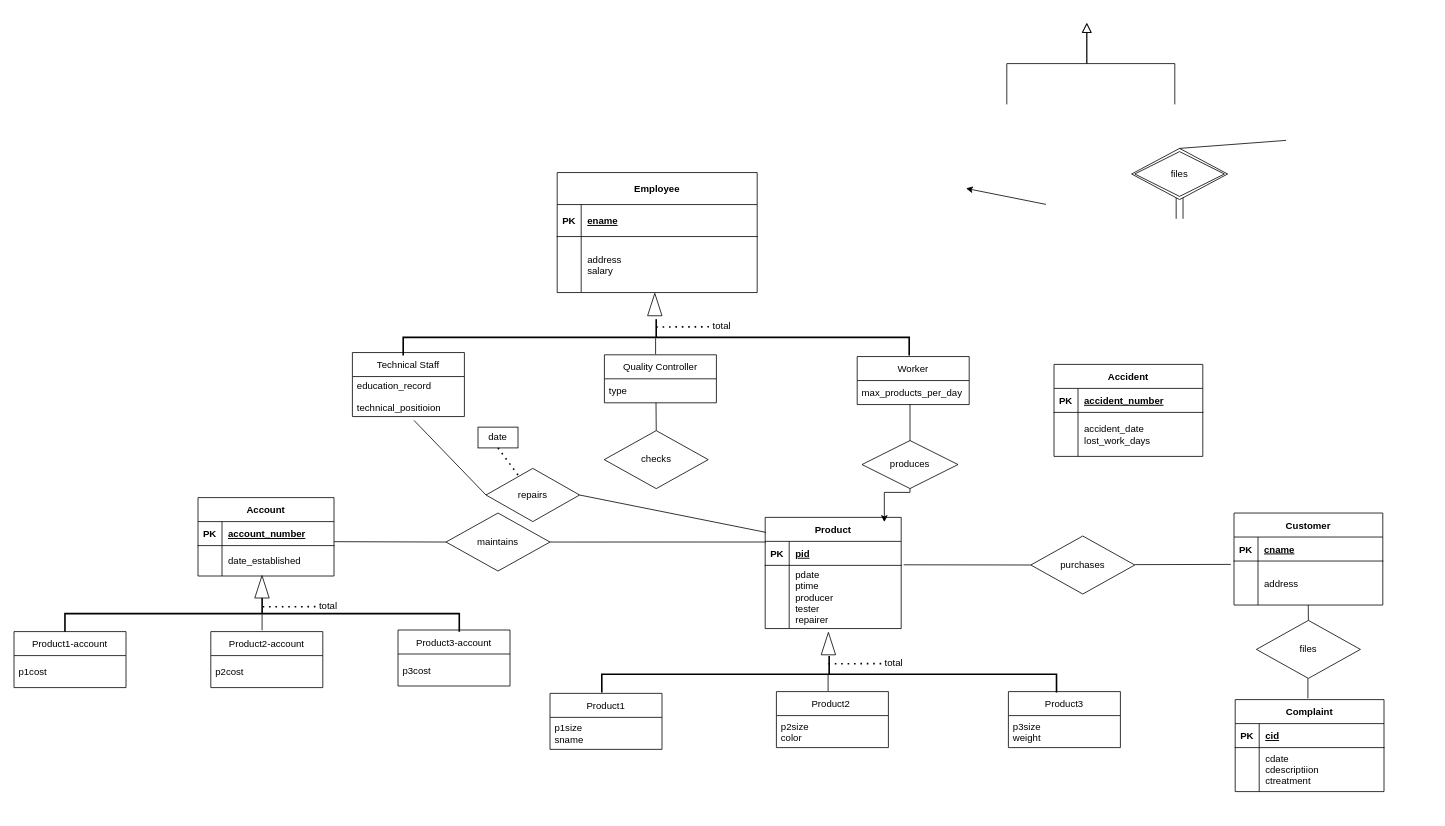
Before: Untitled Diagram.drawio in starrycode/ER-Diagrams, a draw.io diagram. Source tidied: cells renumbered, new cells numbered last; positions are measured from the earlier drawing's top-left corner, leaving out a move shared by most shapes. Both pictures are drawn from the tidied source at 80%, with x=0, y=0 at pixel (14, 22).
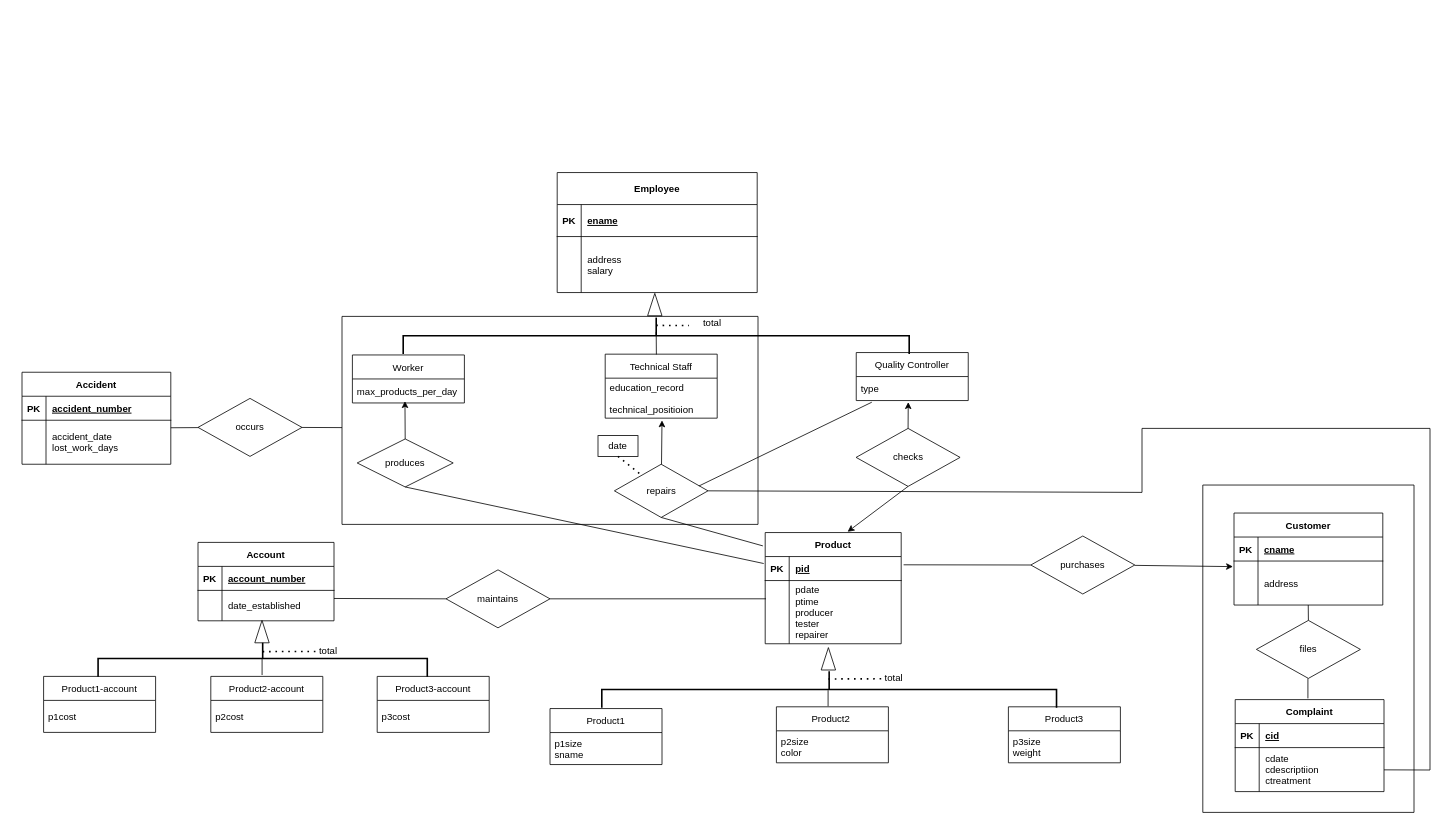
After the change.

Unchanged cells that the change refers to:
```xml
<mxCell id="5" style="shape=partialRectangle;fillColor=none;points=[[0,0.5],[1,0.5]];portConstraint=eastwest;top=0;left=0;right=0;bottom=1;" parent="4" vertex="1">
  <mxGeometry y="30" width="170" height="30" as="geometry" />
</mxCell>
<mxCell id="15" style="shape=partialRectangle;fillColor=none;points=[[0,0.5],[1,0.5]];portConstraint=eastwest;top=0;left=0;right=0;bottom=0;" parent="11" vertex="1">
  <mxGeometry y="60" width="186" height="55" as="geometry" />
</mxCell>
<mxCell id="28" value="type" style="text;strokeColor=none;fillColor=none;align=left;verticalAlign=middle;spacingLeft=4;spacingRight=4;overflow=hidden;points=[[0,0.5],[1,0.5]];portConstraint=eastwest;" parent="27" vertex="1">
  <mxGeometry y="30" width="140" height="30" as="geometry" />
</mxCell>
<mxCell id="81" style="shape=partialRectangle;fillColor=none;points=[[0,0.5],[1,0.5]];portConstraint=eastwest;top=0;left=0;right=0;bottom=0;" parent="77" vertex="1">
  <mxGeometry y="60" width="186" height="55" as="geometry" />
</mxCell>
```

The edit, as a diff of the source:
```diff
@@
-    <mxCell id="2" style="endArrow=block;endSize=10;endFill=0;shadow=0;strokeWidth=1;rounded=0;edgeStyle=elbowEdgeStyle;elbow=vertical;" parent="1" edge="1">
-      <mxGeometry relative="1" as="geometry">
-        <mxPoint x="1241" y="102" as="sourcePoint" />
-        <mxPoint x="1341" as="targetPoint" />
-      </mxGeometry>
-    </mxCell>
-    <mxCell id="3" style="endArrow=block;endSize=10;endFill=0;shadow=0;strokeWidth=1;rounded=0;edgeStyle=elbowEdgeStyle;elbow=vertical;" parent="1" edge="1">
-      <mxGeometry relative="1" as="geometry">
-        <mxPoint x="1451" y="102" as="sourcePoint" />
-        <mxPoint x="1341" as="targetPoint" />
-      </mxGeometry>
-    </mxCell>
     <mxCell id="4" value="Product" style="shape=table;startSize=30;childLayout=tableLayout;rowLines=0;fontStyle=1;align=center;" parent="1" vertex="1">
-      <mxGeometry x="939" y="618.2" width="170" height="139" as="geometry" />
+      <mxGeometry x="939" y="637.2" width="170" height="139" as="geometry" />
     </mxCell>
@@
     <mxCell id="25" value="Worker" style="swimlane;fontStyle=0;horizontal=1;startSize=30;" parent="1" vertex="1">
-      <mxGeometry x="1054" y="417.2" width="140" height="60" as="geometry" />
+      <mxGeometry x="423" y="415.2" width="140" height="60" as="geometry" />
     </mxCell>
@@
     <mxCell id="27" value="Quality Controller" style="swimlane;fontStyle=0;horizontal=1;startSize=30;" parent="1" vertex="1">
-      <mxGeometry x="738" y="415" width="140" height="60" as="geometry" />
+      <mxGeometry x="1052.8" y="412.2" width="140" height="60" as="geometry" />
     </mxCell>
@@
     <mxCell id="29" value="Technical Staff" style="swimlane;fontStyle=0;horizontal=1;startSize=30;" parent="1" vertex="1">
-      <mxGeometry x="423" y="412.2" width="140" height="80" as="geometry" />
+      <mxGeometry x="739" y="414.2" width="140" height="80" as="geometry" />
     </mxCell>
@@
     <mxCell id="32" style="strokeWidth=2;html=1;shape=mxgraph.flowchart.annotation_2;align=left;labelPosition=right;rotation=90;" parent="1" vertex="1">
-      <mxGeometry x="780" y="77" width="45.5" height="632.5" as="geometry" />
+      <mxGeometry x="780" y="75" width="45.5" height="632.5" as="geometry" />
     </mxCell>
-    <mxCell id="33" style="shape=link;html=1;rounded=0;width=8.571428571428573;" parent="1" edge="1">
-      <mxGeometry relative="1" as="geometry">
-        <mxPoint x="1457" y="215" as="sourcePoint" />
-        <mxPoint x="1457" y="245" as="targetPoint" />
-      </mxGeometry>
-    </mxCell>
-    <mxCell id="34" value="files" style="shape=rhombus;double=1;perimeter=rhombusPerimeter;whiteSpace=wrap;html=1;align=center;" parent="1" vertex="1">
-      <mxGeometry x="1397" y="157" width="120" height="64" as="geometry" />
-    </mxCell>
-    <mxCell id="35" style="edgeStyle=orthogonalEdgeStyle;rounded=0;jettySize=auto;html=1;exitX=0.5;exitY=1;exitDx=0;exitDy=0;entryX=0.876;entryY=0.042;entryDx=0;entryDy=0;entryPerimeter=0;" parent="1" edge="1" source="36" target="4">
-      <mxGeometry relative="1" as="geometry">
-        <Array as="points">
-          <mxPoint x="1120" y="587" />
-          <mxPoint x="1088" y="587" />
-        </Array>
-      </mxGeometry>
-    </mxCell>
     <mxCell id="36" value="produces" style="shape=rhombus;perimeter=rhombusPerimeter;whiteSpace=wrap;html=1;align=center;" parent="1" vertex="1">
-      <mxGeometry x="1060" y="522.2" width="120" height="60" as="geometry" />
+      <mxGeometry x="429" y="520.2" width="120" height="60" as="geometry" />
     </mxCell>
-    <mxCell id="37" style="endArrow=none;html=1;rounded=0;exitX=0.5;exitY=0;exitDx=0;exitDy=0;" parent="1" edge="1" source="36">
-      <mxGeometry relative="1" as="geometry">
-        <mxPoint x="1120" y="477" as="targetPoint" />
-      </mxGeometry>
+    <mxCell id="37" style="endArrow=none;html=1;rounded=0;entryX=-0.011;entryY=0.29;entryDx=0;entryDy=0;entryPerimeter=0;exitX=0.5;exitY=1;exitDx=0;exitDy=0;" parent="1" edge="1" source="36" target="5">
+      <mxGeometry relative="1" as="geometry" />
     </mxCell>
     <mxCell id="38" value="checks" style="rhombus;whiteSpace=wrap;html=1;" parent="1" vertex="1">
-      <mxGeometry x="737.8" y="509.8" width="130" height="72.5" as="geometry" />
+      <mxGeometry x="1052.6" y="507" width="130" height="72.5" as="geometry" />
     </mxCell>
-    <mxCell id="39" style="endArrow=none;html=1;rounded=0;entryX=0.461;entryY=1.127;entryDx=0;entryDy=0;entryPerimeter=0;exitX=0.5;exitY=0;exitDx=0;exitDy=0;" parent="1" edge="1" source="38">
-      <mxGeometry relative="1" as="geometry">
-        <mxPoint x="802.5" y="474.8" as="targetPoint" />
-      </mxGeometry>
-    </mxCell>
     <mxCell id="40" value="repairs" style="rhombus;whiteSpace=wrap;html=1;" parent="1" vertex="1">
-      <mxGeometry x="590" y="557" width="117" height="66.5" as="geometry" />
+      <mxGeometry x="750.5" y="551.8" width="117" height="66.5" as="geometry" />
     </mxCell>
-    <mxCell id="41" style="endArrow=none;html=1;rounded=0;" parent="1" edge="1">
-      <mxGeometry relative="1" as="geometry">
-        <mxPoint x="802" y="414.3" as="sourcePoint" />
-        <mxPoint x="802" y="394.3" as="targetPoint" />
-      </mxGeometry>
+    <mxCell id="41" style="endArrow=none;html=1;rounded=0;entryX=0.396;entryY=0.5;entryDx=0;entryDy=0;entryPerimeter=0;exitX=0.457;exitY=0.005;exitDx=0;exitDy=0;exitPerimeter=0;" parent="1" edge="1" source="29" target="32">
+      <mxGeometry relative="1" as="geometry" />
     </mxCell>
-    <mxCell id="42" style="endArrow=none;html=1;rounded=0;entryX=0;entryY=0.5;entryDx=0;entryDy=0;" parent="1" edge="1" target="40">
-      <mxGeometry relative="1" as="geometry">
-        <mxPoint x="500" y="497" as="sourcePoint" />
-      </mxGeometry>
-    </mxCell>
-    <mxCell id="43" style="endArrow=none;html=1;rounded=0;exitX=1;exitY=0.5;exitDx=0;exitDy=0;" parent="1" edge="1" source="40">
-      <mxGeometry relative="1" as="geometry">
-        <mxPoint x="940" y="637" as="targetPoint" />
-      </mxGeometry>
+    <mxCell id="43" style="endArrow=none;html=1;rounded=0;exitX=0.5;exitY=1;exitDx=0;exitDy=0;entryX=-0.017;entryY=0.12;entryDx=0;entryDy=0;entryPerimeter=0;" parent="1" edge="1" source="40" target="4">
+      <mxGeometry relative="1" as="geometry" />
     </mxCell>
-    <mxCell id="44" style="endArrow=none;html=1;rounded=0;exitX=0.5;exitY=0;exitDx=0;exitDy=0;" parent="1" edge="1" source="34">
-      <mxGeometry relative="1" as="geometry">
-        <mxPoint x="1590" y="147" as="targetPoint" />
-      </mxGeometry>
-    </mxCell>
-    <mxCell id="45" style="endArrow=classic;html=1;rounded=0;" parent="1" edge="1">
-      <mxGeometry relative="1" as="geometry">
-        <mxPoint x="1290" y="227" as="sourcePoint" />
-        <mxPoint x="1190" y="207" as="targetPoint" />
-      </mxGeometry>
-    </mxCell>
     <mxCell id="46" value="Product3" style="swimlane;fontStyle=0;horizontal=1;startSize=30;" parent="1" vertex="1">
-      <mxGeometry x="1243" y="836" width="140" height="70" as="geometry" />
+      <mxGeometry x="1243" y="855" width="140" height="70" as="geometry" />
     </mxCell>
@@
     <mxCell id="48" value="Product2 " style="swimlane;fontStyle=0;horizontal=1;startSize=30;" parent="1" vertex="1">
-      <mxGeometry x="953" y="836" width="140" height="70" as="geometry" />
+      <mxGeometry x="953" y="855" width="140" height="70" as="geometry" />
     </mxCell>
@@
     <mxCell id="51" value="Product1" style="swimlane;fontStyle=0;horizontal=1;startSize=30;" parent="1" vertex="1">
-      <mxGeometry x="670" y="838.2" width="140" height="70" as="geometry" />
+      <mxGeometry x="670" y="857.2" width="140" height="70" as="geometry" />
     </mxCell>
@@
     <mxCell id="53" style="strokeWidth=2;html=1;shape=mxgraph.flowchart.annotation_2;align=left;labelPosition=right;rotation=90;" parent="1" vertex="1">
-      <mxGeometry x="996.2" y="530.1" width="45.5" height="568.4" as="geometry" />
+      <mxGeometry x="996.2" y="549.1" width="45.5" height="568.4" as="geometry" />
     </mxCell>
     <mxCell id="54" style="triangle;whiteSpace=wrap;html=1;rotation=-90;" parent="1" vertex="1">
-      <mxGeometry x="1004" y="767" width="28" height="18" as="geometry" />
+      <mxGeometry x="1004" y="786" width="28" height="18" as="geometry" />
     </mxCell>
     <mxCell id="55" value="Account" style="shape=table;startSize=30;childLayout=tableLayout;rowLines=0;fontStyle=1;align=center;" parent="1" vertex="1">
-      <mxGeometry x="230" y="593.5" width="170" height="98" as="geometry" />
+      <mxGeometry x="230" y="649.5" width="170" height="98" as="geometry" />
     </mxCell>
@@
     <mxCell id="62" value="Product3-account" style="swimlane;fontStyle=0;horizontal=1;startSize=30;" parent="1" vertex="1">
-      <mxGeometry x="480" y="759" width="140" height="70" as="geometry" />
+      <mxGeometry x="454" y="817" width="140" height="70" as="geometry" />
     </mxCell>
@@
     <mxCell id="64" value="Product2-account" style="swimlane;fontStyle=0;horizontal=1;startSize=30;" parent="1" vertex="1">
-      <mxGeometry x="246" y="761" width="140" height="70" as="geometry" />
+      <mxGeometry x="246" y="817" width="140" height="70" as="geometry" />
     </mxCell>
@@
     <mxCell id="66" value="Product1-account" style="swimlane;fontStyle=0;horizontal=1;startSize=30;" parent="1" vertex="1">
-      <mxGeometry y="761" width="140" height="70" as="geometry" />
+      <mxGeometry x="37" y="817" width="140" height="70" as="geometry" />
     </mxCell>
@@
     <mxCell id="68" style="strokeWidth=2;html=1;shape=mxgraph.flowchart.annotation_2;align=left;labelPosition=right;rotation=90;" parent="1" vertex="1">
-      <mxGeometry x="287.4" y="492.1" width="45.5" height="492.9" as="geometry" />
+      <mxGeometry x="288.1" y="588.8" width="45.5" height="411.5" as="geometry" />
     </mxCell>
     <mxCell id="69" style="triangle;whiteSpace=wrap;html=1;rotation=-90;" parent="1" vertex="1">
-      <mxGeometry x="296" y="696" width="28" height="18" as="geometry" />
+      <mxGeometry x="296" y="752" width="28" height="18" as="geometry" />
     </mxCell>
     <mxCell id="70" style="endArrow=none;html=1;rounded=0;" parent="1" edge="1">
       <mxGeometry relative="1" as="geometry">
-        <mxPoint x="310.1" y="759.3" as="sourcePoint" />
-        <mxPoint x="310.1" y="739.3" as="targetPoint" />
+        <mxPoint x="310.1" y="815.3" as="sourcePoint" />
+        <mxPoint x="310.1" y="795.3" as="targetPoint" />
       </mxGeometry>
     </mxCell>
     <mxCell id="71" value="maintains" style="rhombus;whiteSpace=wrap;html=1;" parent="1" vertex="1">
-      <mxGeometry x="540" y="612.8" width="130" height="72.5" as="geometry" />
+      <mxGeometry x="540" y="683.8" width="130" height="72.5" as="geometry" />
     </mxCell>
     <mxCell id="72" style="endArrow=none;html=1;rounded=0;entryX=0;entryY=0.5;entryDx=0;entryDy=0;" parent="1" edge="1" target="71">
       <mxGeometry relative="1" as="geometry">
-        <mxPoint x="400" y="648.6" as="sourcePoint" />
+        <mxPoint x="400" y="719.6" as="sourcePoint" />
       </mxGeometry>
     </mxCell>
     <mxCell id="73" style="endArrow=none;html=1;rounded=0;exitX=1;exitY=0.5;exitDx=0;exitDy=0;" parent="1" edge="1" source="71">
       <mxGeometry relative="1" as="geometry">
-        <mxPoint x="940" y="649" as="targetPoint" />
+        <mxPoint x="940" y="720" as="targetPoint" />
       </mxGeometry>
     </mxCell>
@@
-    <mxCell id="76" style="endArrow=none;html=1;rounded=0;" parent="1" edge="1">
-      <mxGeometry relative="1" as="geometry">
-        <mxPoint x="1401" y="677.3" as="sourcePoint" />
-        <mxPoint x="1521" y="677" as="targetPoint" />
-      </mxGeometry>
-    </mxCell>
@@
-    <mxCell id="84" style="endArrow=none;dashed=1;html=1;dashPattern=1 3;strokeWidth=2;rounded=0;exitX=0.214;exitY=0.5;exitDx=0;exitDy=0;exitPerimeter=0;" parent="1" edge="1" source="32">
-      <mxGeometry relative="1" as="geometry">
-        <mxPoint x="870" y="380" as="targetPoint" />
-      </mxGeometry>
+    <mxCell id="84" style="endArrow=none;dashed=1;html=1;dashPattern=1 3;strokeWidth=2;rounded=0;exitX=0.214;exitY=0.5;exitDx=0;exitDy=0;exitPerimeter=0;entryX=0.013;entryY=0.575;entryDx=0;entryDy=0;entryPerimeter=0;" parent="1" edge="1" source="32" target="85">
+      <mxGeometry relative="1" as="geometry" />
     </mxCell>
     <mxCell id="85" value="total" style="text;html=1;strokeColor=none;fillColor=none;align=center;verticalAlign=middle;whiteSpace=wrap;rounded=0;" parent="1" vertex="1">
-      <mxGeometry x="855" y="364.2" width="60" height="30" as="geometry" />
+      <mxGeometry x="843" y="361.2" width="60" height="30" as="geometry" />
     </mxCell>
     <mxCell id="86" style="endArrow=none;dashed=1;html=1;dashPattern=1 3;strokeWidth=2;rounded=0;exitX=0.214;exitY=0.5;exitDx=0;exitDy=0;exitPerimeter=0;" parent="1" edge="1">
       <mxGeometry relative="1" as="geometry">
-        <mxPoint x="1018" y="801.2" as="sourcePoint" />
-        <mxPoint x="1085.2" y="801" as="targetPoint" />
+        <mxPoint x="1018" y="820.2" as="sourcePoint" />
+        <mxPoint x="1085.2" y="820" as="targetPoint" />
       </mxGeometry>
     </mxCell>
     <mxCell id="87" value="total" style="text;html=1;strokeColor=none;fillColor=none;align=center;verticalAlign=middle;whiteSpace=wrap;rounded=0;" parent="1" vertex="1">
-      <mxGeometry x="1070.2" y="785.2" width="60" height="30" as="geometry" />
+      <mxGeometry x="1070.2" y="804.2" width="60" height="30" as="geometry" />
     </mxCell>
     <mxCell id="88" style="endArrow=none;dashed=1;html=1;dashPattern=1 3;strokeWidth=2;rounded=0;exitX=0.214;exitY=0.5;exitDx=0;exitDy=0;exitPerimeter=0;" parent="1" edge="1">
       <mxGeometry relative="1" as="geometry">
-        <mxPoint x="310.8" y="730" as="sourcePoint" />
-        <mxPoint x="378" y="729.8" as="targetPoint" />
+        <mxPoint x="310.8" y="786" as="sourcePoint" />
+        <mxPoint x="378" y="785.8" as="targetPoint" />
       </mxGeometry>
     </mxCell>
     <mxCell id="89" value="total" style="text;html=1;strokeColor=none;fillColor=none;align=center;verticalAlign=middle;whiteSpace=wrap;rounded=0;" parent="1" vertex="1">
-      <mxGeometry x="363" y="714" width="60" height="30" as="geometry" />
+      <mxGeometry x="363" y="770" width="60" height="30" as="geometry" />
     </mxCell>
     <mxCell id="90" value="Accident" style="shape=table;startSize=30;childLayout=tableLayout;rowLines=0;fontStyle=1;align=center;" parent="1" vertex="1">
-      <mxGeometry x="1300" y="427" width="186" height="115" as="geometry" />
+      <mxGeometry x="10" y="436.8" width="186" height="115" as="geometry" />
     </mxCell>
@@
     <mxCell id="98" value="date" style="rounded=0;whiteSpace=wrap;html=1;fillColor=None;" parent="1" vertex="1">
-      <mxGeometry x="580" y="505.4" width="50" height="26" as="geometry" />
+      <mxGeometry x="730" y="516" width="50" height="26" as="geometry" />
     </mxCell>
@@
+    <mxCell id="102" style="swimlane;startSize=0;" parent="1" vertex="1">
+      <mxGeometry x="1486" y="577.8" width="264" height="409.2" as="geometry" />
+    </mxCell>
+    <mxCell id="103" style="endArrow=none;html=1;rounded=0;exitX=0.139;exitY=1.069;exitDx=0;exitDy=0;exitPerimeter=0;entryX=0.903;entryY=0.409;entryDx=0;entryDy=0;entryPerimeter=0;" parent="1" edge="1" source="28" target="40">
+      <mxGeometry relative="1" as="geometry" />
+    </mxCell>
+    <mxCell id="104" style="endArrow=none;html=1;rounded=0;entryX=1;entryY=0.5;entryDx=0;entryDy=0;" parent="1" edge="1" source="81" target="40">
+      <mxGeometry relative="1" as="geometry">
+        <Array as="points">
+          <mxPoint x="1770" y="934" />
+          <mxPoint x="1770" y="507" />
+          <mxPoint x="1410" y="507" />
+          <mxPoint x="1410" y="587" />
+        </Array>
+      </mxGeometry>
+    </mxCell>
+    <mxCell id="105" style="endArrow=classic;html=1;rounded=0;exitX=0.5;exitY=0;exitDx=0;exitDy=0;" parent="1" edge="1" source="38">
+      <mxGeometry relative="1" as="geometry">
+        <mxPoint x="1117.8" y="474.2" as="targetPoint" />
+      </mxGeometry>
+    </mxCell>
+    <mxCell id="106" style="endArrow=classic;html=1;rounded=0;exitX=0.5;exitY=0;exitDx=0;exitDy=0;" parent="1" edge="1" source="36">
+      <mxGeometry relative="1" as="geometry">
+        <mxPoint x="488.7" y="473" as="targetPoint" />
+      </mxGeometry>
+    </mxCell>
+    <mxCell id="107" style="endArrow=classic;html=1;rounded=0;" parent="1" edge="1" source="40">
+      <mxGeometry relative="1" as="geometry">
+        <mxPoint x="810" y="497" as="targetPoint" />
+      </mxGeometry>
+    </mxCell>
+    <mxCell id="108" style="endArrow=classic;html=1;rounded=0;exitX=0.5;exitY=1;exitDx=0;exitDy=0;entryX=0.606;entryY=-0.007;entryDx=0;entryDy=0;entryPerimeter=0;" parent="1" edge="1" source="38" target="4">
+      <mxGeometry relative="1" as="geometry" />
+    </mxCell>
+    <mxCell id="109" style="endArrow=classic;html=1;rounded=0;entryX=-0.007;entryY=0.127;entryDx=0;entryDy=0;entryPerimeter=0;" parent="1" edge="1" target="15">
+      <mxGeometry relative="1" as="geometry">
+        <mxPoint x="1401" y="678.2" as="sourcePoint" />
+      </mxGeometry>
+    </mxCell>
+    <mxCell id="110" style="swimlane;startSize=0;" parent="1" vertex="1">
+      <mxGeometry x="410" y="367" width="520" height="260" as="geometry" />
+    </mxCell>
+    <mxCell id="111" value="occurs" style="rhombus;whiteSpace=wrap;html=1;" parent="1" vertex="1">
+      <mxGeometry x="230" y="469.5" width="130" height="72.5" as="geometry" />
+    </mxCell>
+    <mxCell id="112" style="endArrow=none;html=1;rounded=0;" parent="1" edge="1">
+      <mxGeometry relative="1" as="geometry">
+        <mxPoint x="196" y="506.2" as="sourcePoint" />
+        <mxPoint x="230" y="506" as="targetPoint" />
+      </mxGeometry>
+    </mxCell>
+    <mxCell id="113" style="endArrow=none;html=1;rounded=0;" parent="1" edge="1">
+      <mxGeometry relative="1" as="geometry">
+        <mxPoint x="360" y="505.8" as="sourcePoint" />
+        <mxPoint x="410" y="506" as="targetPoint" />
+      </mxGeometry>
+    </mxCell>
```
